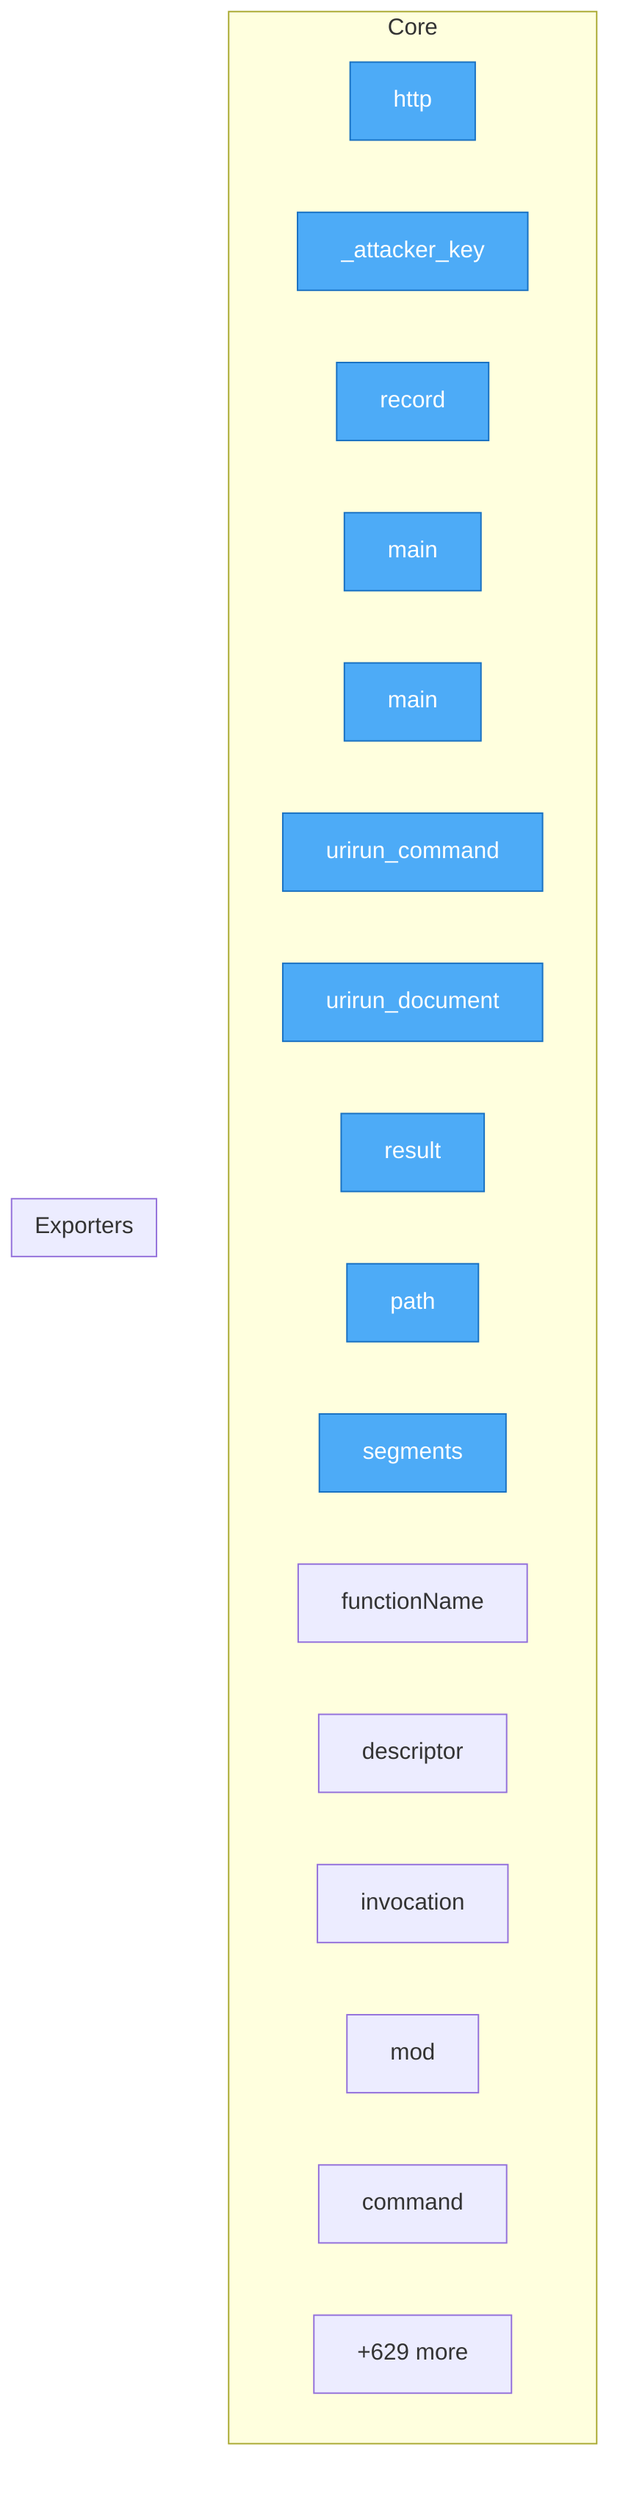
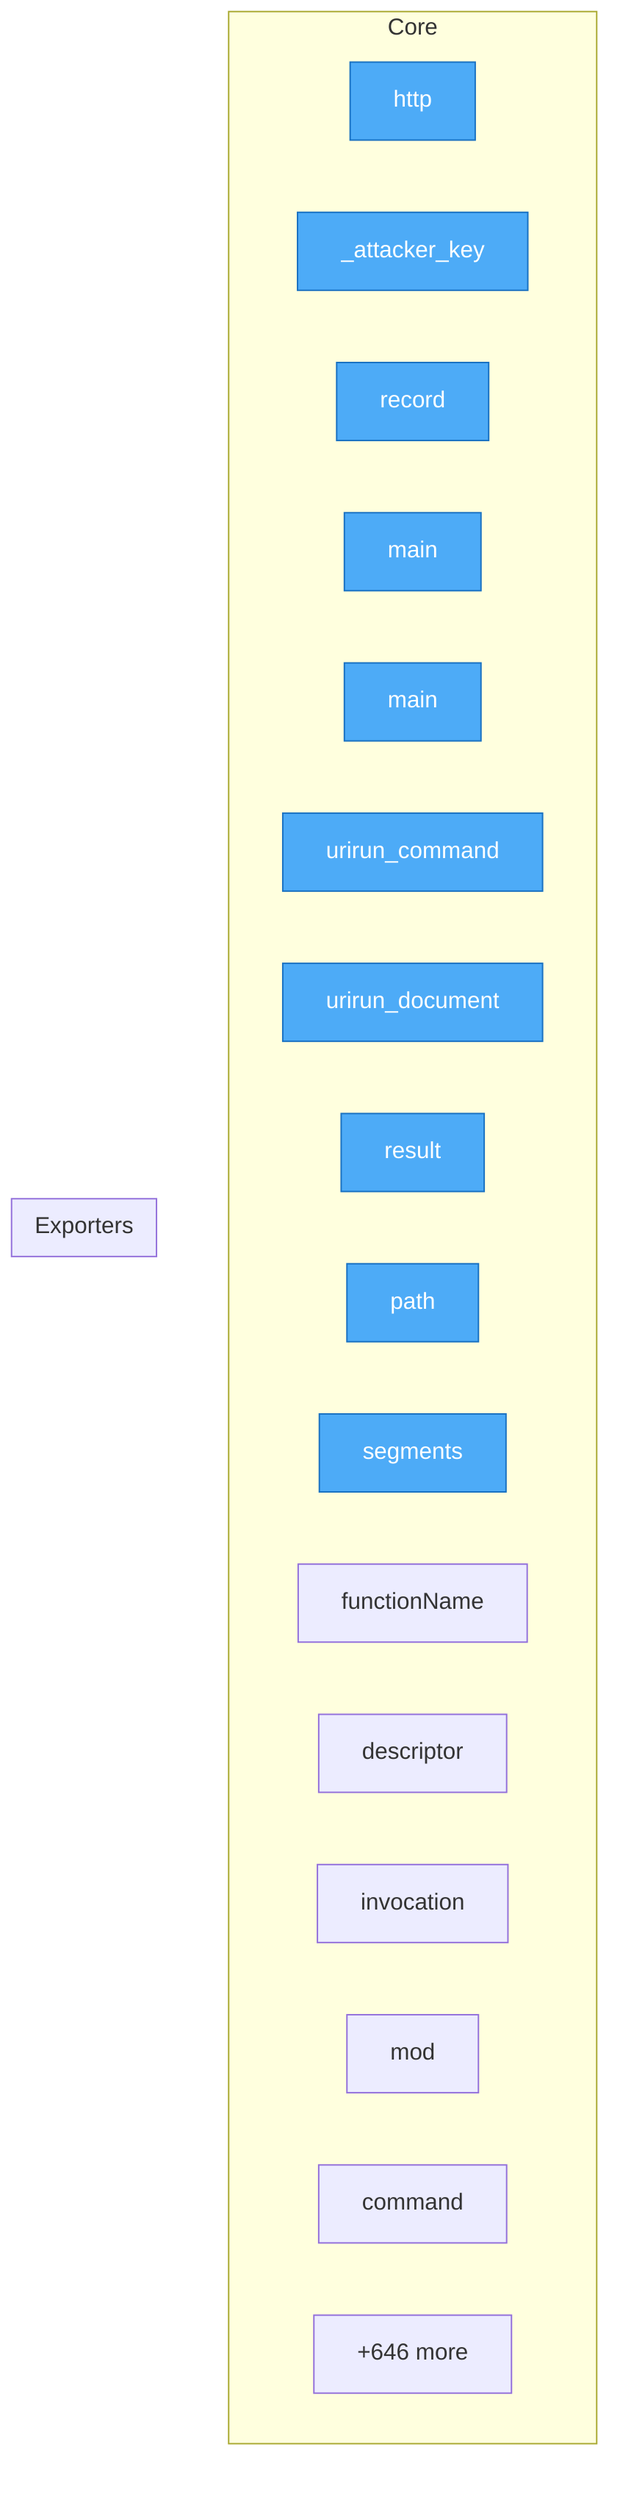
flowchart TD
- %% generated in 0.04s
+ %% generated in 0.05s

    %% Entry points (blue)
    classDef entry fill:#4dabf7,stroke:#1971c2,color:#fff

    subgraph Core
        security__mesh_probe__probe__http["http"]
        security__mesh_probe__probe___attacker_key["_attacker_key"]
        security__mesh_probe__probe__record["record"]
        adapters__conformance__main["main"]
        adapters__new_connector__main["main"]
        adapters__bash__urirun__urirun_command["urirun_command"]
        adapters__bash__urirun__urirun_document["urirun_document"]
        adapters__js__index__test__result["result"]
        adapters__js__path["path"]
        adapters__js__segments["segments"]
        adapters__js__functionName["functionName"]
        adapters__js__descriptor["descriptor"]
        adapters__js__invocation["invocation"]
        adapters__js__mod["mod"]
        adapters__java__Urirun__Urirun__command["command"]
-         ...["+629 more"]
+         ...["+646 more"]
    end

    subgraph Exporters
    end

    class security__mesh_probe__probe__http,security__mesh_probe__probe___attacker_key,security__mesh_probe__probe__record,adapters__conformance__main,adapters__new_connector__main,adapters__bash__urirun__urirun_command,adapters__bash__urirun__urirun_document,adapters__js__index__test__result,adapters__js__path,adapters__js__segments entry
